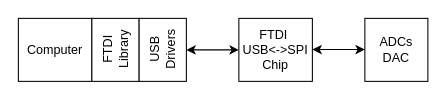
Earlier version of the draw.io diagram osci_overview.drawio (draimundo/ftdi_osci). Source tidied: cells renumbered, new cells numbered last; positions are measured from the earlier drawing's top-left corner, leaving out a move shared by most shapes. Both pictures are drawn from the tidied source at 105%, with x=0, y=0 at pixel (18, 18).
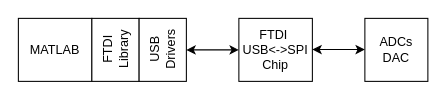
The same diagram, later.

Diff of the diagram source:
```diff
@@
 <mxGraphModel>
   <root>
     <mxCell id="0" />
     <mxCell id="1" parent="0" />
-    <mxCell id="2" value="Computer" style="rounded=0;whiteSpace=wrap;html=1;" parent="1" vertex="1">
+    <mxCell id="2" value="MATLAB" style="rounded=0;whiteSpace=wrap;html=1;" parent="1" vertex="1">
       <mxGeometry width="70" height="60" as="geometry" />
     </mxCell>
     <mxCell id="3" value="FTDI Library" style="rounded=0;whiteSpace=wrap;html=1;rotation=-90;" parent="1" vertex="1">
       <mxGeometry x="62.5" y="7.5" width="60" height="45" as="geometry" />
     </mxCell>
     <mxCell id="4" value="USB Drivers" style="rounded=0;whiteSpace=wrap;html=1;rotation=-90;" parent="1" vertex="1">
       <mxGeometry x="107.5" y="7.5" width="60" height="45" as="geometry" />
     </mxCell>
     <mxCell id="5" value="FTDI&amp;nbsp;&lt;br&gt;USB&amp;lt;-&amp;gt;SPI&lt;br&gt;Chip" style="rounded=0;whiteSpace=wrap;html=1;" parent="1" vertex="1">
       <mxGeometry x="210" width="70" height="60" as="geometry" />
     </mxCell>
     <mxCell id="6" value="ADCs&lt;br&gt;DAC" style="rounded=0;whiteSpace=wrap;html=1;" parent="1" vertex="1">
       <mxGeometry x="330" width="60" height="60" as="geometry" />
     </mxCell>
     <mxCell id="7" style="endArrow=classic;startArrow=classic;html=1;rounded=0;entryX=0;entryY=0.5;entryDx=0;entryDy=0;exitX=0.5;exitY=1;exitDx=0;exitDy=0;" parent="1" edge="1" source="4" target="5">
       <mxGeometry relative="1" as="geometry" />
     </mxCell>
     <mxCell id="8" style="endArrow=classic;startArrow=classic;html=1;rounded=0;entryX=0;entryY=0.5;entryDx=0;entryDy=0;exitX=0.5;exitY=1;exitDx=0;exitDy=0;" parent="1" edge="1">
       <mxGeometry relative="1" as="geometry">
         <mxPoint x="280" y="29.7" as="sourcePoint" />
         <mxPoint x="330" y="29.7" as="targetPoint" />
       </mxGeometry>
     </mxCell>
   </root>
 </mxGraphModel>
```
